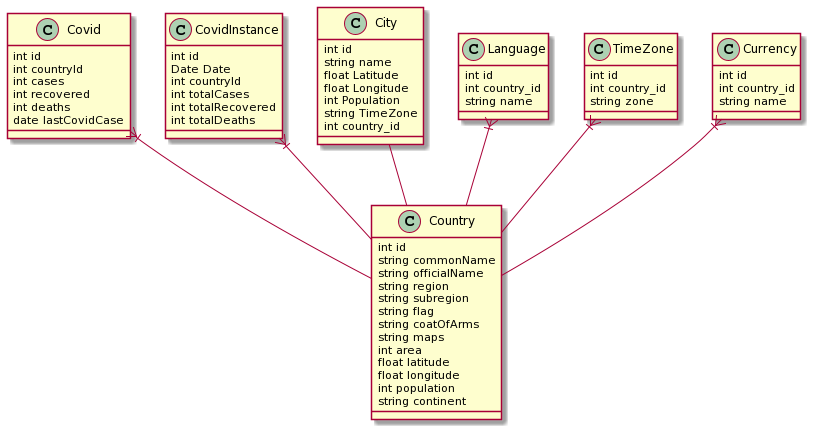
Earlier version of the PlantUML export uml.png (junnaruse99/crown19db).
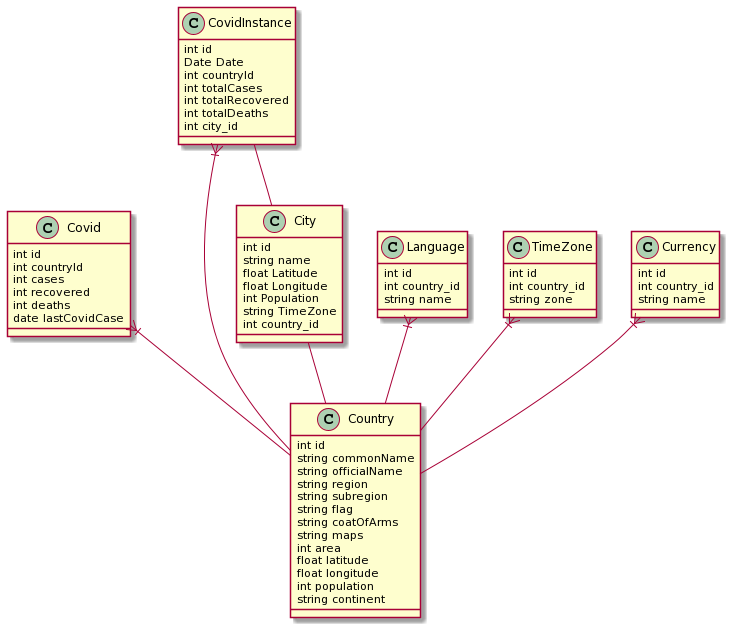
After the change.

Commit message:
[UPD] UML diagram according to new models

The edit, as a diff of the source:
```diff
@@ -5,6 +5,8 @@
 Language }|-- Country
 TimeZone }|-- Country
 Currency }|-- Country
+CovidInstance -- City
+
 class Country {
   int id
   string commonName
@@ -65,5 +67,6 @@
   int totalCases
   int totalRecovered
   int totalDeaths
+  int city_id
 }
 @enduml
```
